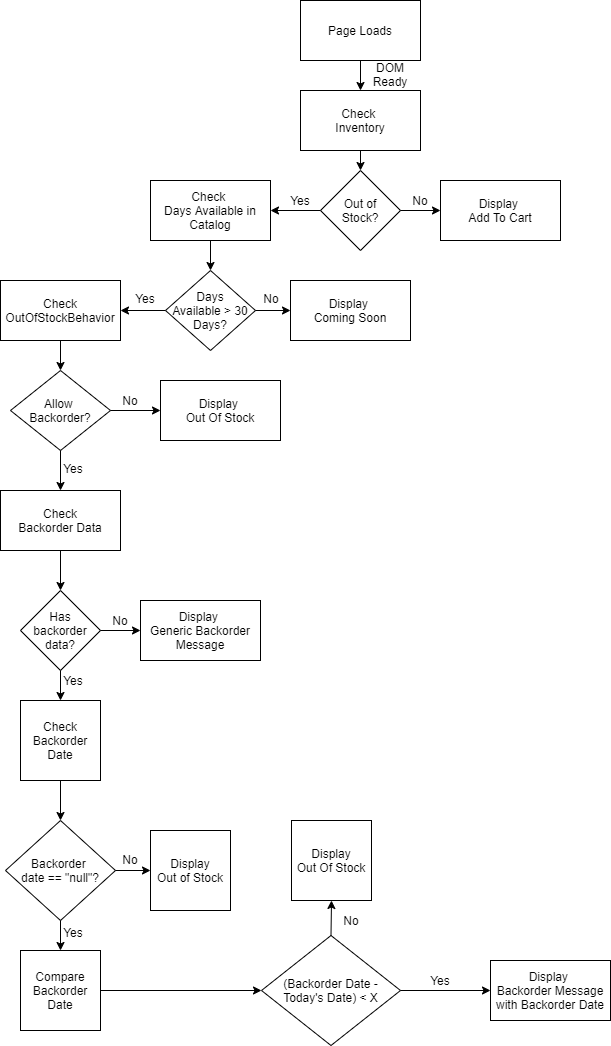
The draw.io diagram Backorder-flow-Farbank.png in jogit82/google-oauth-gin, before a commit. Source tidied: cells renumbered, new cells last; positions are measured from the earlier drawing's top-left corner, leaving out a move shared by most shapes. The source it was exported from:
```xml
<mxGraphModel>
  <root>
    <mxCell id="0" />
    <mxCell id="1" parent="0" />
    <mxCell id="2" value="Check &lt;br&gt;Inventory" style="rounded=0;whiteSpace=wrap;html=1;" parent="1" vertex="1">
      <mxGeometry x="300" y="90" width="120" height="60" as="geometry" />
    </mxCell>
    <mxCell id="3" value="Out of&lt;br&gt;Stock?" style="rhombus;whiteSpace=wrap;html=1;" parent="1" vertex="1">
      <mxGeometry x="320" y="170" width="80" height="80" as="geometry" />
    </mxCell>
    <mxCell id="4" value="Page Loads" style="rounded=0;whiteSpace=wrap;html=1;" parent="1" vertex="1">
      <mxGeometry x="300" width="120" height="60" as="geometry" />
    </mxCell>
    <mxCell id="5" value="Check &lt;br&gt;Days Available in Catalog" style="rounded=0;whiteSpace=wrap;html=1;" parent="1" vertex="1">
      <mxGeometry x="150" y="180" width="120" height="60" as="geometry" />
    </mxCell>
    <mxCell id="6" value="Display &lt;br&gt;Add To Cart" style="rounded=0;whiteSpace=wrap;html=1;" parent="1" vertex="1">
      <mxGeometry x="440" y="180" width="120" height="60" as="geometry" />
    </mxCell>
    <mxCell id="7" value="Days&lt;br&gt;Available &amp;gt; 30 Days?" style="rhombus;whiteSpace=wrap;html=1;" parent="1" vertex="1">
      <mxGeometry x="165" y="270" width="90" height="80" as="geometry" />
    </mxCell>
    <mxCell id="8" value="Check OutOfStockBehavior" style="rounded=0;whiteSpace=wrap;html=1;" parent="1" vertex="1">
      <mxGeometry y="280" width="120" height="60" as="geometry" />
    </mxCell>
    <mxCell id="9" value="Display &lt;br&gt;Coming Soon" style="rounded=0;whiteSpace=wrap;html=1;" parent="1" vertex="1">
      <mxGeometry x="290" y="280" width="120" height="60" as="geometry" />
    </mxCell>
    <mxCell id="10" value="Allow &lt;br&gt;Backorder?" style="rhombus;whiteSpace=wrap;html=1;" parent="1" vertex="1">
      <mxGeometry x="10" y="370" width="100" height="80" as="geometry" />
    </mxCell>
    <mxCell id="11" value="Display &lt;br&gt;Out Of Stock" style="rounded=0;whiteSpace=wrap;html=1;" parent="1" vertex="1">
      <mxGeometry x="160" y="380" width="120" height="60" as="geometry" />
    </mxCell>
    <mxCell id="12" value="Check&lt;br&gt;Backorder Data" style="rounded=0;whiteSpace=wrap;html=1;" parent="1" vertex="1">
      <mxGeometry y="490" width="120" height="60" as="geometry" />
    </mxCell>
    <mxCell id="13" value="Has backorder data?" style="rhombus;whiteSpace=wrap;html=1;" parent="1" vertex="1">
      <mxGeometry x="20" y="590" width="80" height="80" as="geometry" />
    </mxCell>
    <mxCell id="14" value="Check&lt;br&gt;Backorder&lt;br&gt;Date" style="whiteSpace=wrap;html=1;" parent="1" vertex="1">
      <mxGeometry x="20" y="700" width="80" height="80" as="geometry" />
    </mxCell>
    <mxCell id="15" value="Backorder &lt;br&gt;date == &quot;null&quot;?" style="rhombus;whiteSpace=wrap;html=1;" parent="1" vertex="1">
      <mxGeometry x="5" y="820" width="110" height="100" as="geometry" />
    </mxCell>
    <mxCell id="16" value="Display&lt;br&gt;Out of Stock" style="whiteSpace=wrap;html=1;" parent="1" vertex="1">
      <mxGeometry x="150" y="830" width="80" height="80" as="geometry" />
    </mxCell>
    <mxCell id="17" value="Compare&lt;br&gt;Backorder Date" style="whiteSpace=wrap;html=1;" parent="1" vertex="1">
      <mxGeometry x="20" y="950" width="80" height="80" as="geometry" />
    </mxCell>
    <mxCell id="18" style="endArrow=classic;html=1;" parent="1" edge="1" source="4">
      <mxGeometry relative="1" as="geometry">
        <mxPoint x="360" y="90" as="targetPoint" />
      </mxGeometry>
    </mxCell>
    <mxCell id="19" style="endArrow=classic;html=1;exitX=0.5;exitY=1;exitDx=0;exitDy=0;entryX=0.5;entryY=0;entryDx=0;entryDy=0;" parent="1" edge="1" source="2" target="3">
      <mxGeometry relative="1" as="geometry" />
    </mxCell>
    <mxCell id="20" style="endArrow=classic;html=1;exitX=0;exitY=0.5;exitDx=0;exitDy=0;entryX=1;entryY=0.5;entryDx=0;entryDy=0;" parent="1" edge="1" source="3" target="5">
      <mxGeometry relative="1" as="geometry" />
    </mxCell>
    <mxCell id="21" style="endArrow=classic;html=1;exitX=1;exitY=0.5;exitDx=0;exitDy=0;entryX=0;entryY=0.5;entryDx=0;entryDy=0;" parent="1" edge="1" source="3" target="6">
      <mxGeometry relative="1" as="geometry" />
    </mxCell>
    <mxCell id="22" style="endArrow=classic;html=1;exitX=0.5;exitY=1;exitDx=0;exitDy=0;entryX=0.5;entryY=0;entryDx=0;entryDy=0;" parent="1" edge="1" source="5" target="7">
      <mxGeometry relative="1" as="geometry" />
    </mxCell>
    <mxCell id="23" style="endArrow=classic;html=1;exitX=1;exitY=0.5;exitDx=0;exitDy=0;entryX=0;entryY=0.5;entryDx=0;entryDy=0;" parent="1" edge="1" source="7" target="9">
      <mxGeometry relative="1" as="geometry" />
    </mxCell>
    <mxCell id="24" style="endArrow=classic;html=1;exitX=0;exitY=0.5;exitDx=0;exitDy=0;entryX=1;entryY=0.5;entryDx=0;entryDy=0;" parent="1" edge="1" source="7" target="8">
      <mxGeometry relative="1" as="geometry" />
    </mxCell>
    <mxCell id="25" style="endArrow=classic;html=1;exitX=0.5;exitY=1;exitDx=0;exitDy=0;entryX=0.5;entryY=0;entryDx=0;entryDy=0;" parent="1" edge="1" source="8" target="10">
      <mxGeometry relative="1" as="geometry" />
    </mxCell>
    <mxCell id="26" style="endArrow=classic;html=1;exitX=0.5;exitY=1;exitDx=0;exitDy=0;entryX=0.5;entryY=0;entryDx=0;entryDy=0;" parent="1" edge="1" source="10" target="12">
      <mxGeometry relative="1" as="geometry" />
    </mxCell>
    <mxCell id="27" style="endArrow=classic;html=1;exitX=1;exitY=0.5;exitDx=0;exitDy=0;entryX=0;entryY=0.5;entryDx=0;entryDy=0;" parent="1" edge="1" source="10" target="11">
      <mxGeometry relative="1" as="geometry" />
    </mxCell>
    <mxCell id="28" style="endArrow=classic;html=1;exitX=0.5;exitY=1;exitDx=0;exitDy=0;entryX=0.5;entryY=0;entryDx=0;entryDy=0;" parent="1" edge="1" source="12" target="13">
      <mxGeometry relative="1" as="geometry" />
    </mxCell>
    <mxCell id="29" style="endArrow=classic;html=1;exitX=0.5;exitY=1;exitDx=0;exitDy=0;entryX=0.5;entryY=0;entryDx=0;entryDy=0;" parent="1" edge="1" source="13" target="14">
      <mxGeometry relative="1" as="geometry" />
    </mxCell>
    <mxCell id="30" style="endArrow=classic;html=1;exitX=0.5;exitY=1;exitDx=0;exitDy=0;entryX=0.5;entryY=0;entryDx=0;entryDy=0;" parent="1" edge="1" source="14" target="15">
      <mxGeometry relative="1" as="geometry" />
    </mxCell>
    <mxCell id="31" style="endArrow=classic;html=1;exitX=0.5;exitY=1;exitDx=0;exitDy=0;entryX=0.5;entryY=0;entryDx=0;entryDy=0;" parent="1" edge="1" source="15" target="17">
      <mxGeometry relative="1" as="geometry" />
    </mxCell>
    <mxCell id="32" style="endArrow=classic;html=1;exitX=1;exitY=0.5;exitDx=0;exitDy=0;entryX=0;entryY=0.5;entryDx=0;entryDy=0;" parent="1" edge="1" source="15" target="16">
      <mxGeometry relative="1" as="geometry" />
    </mxCell>
    <mxCell id="33" value="DOM Ready" style="text;html=1;strokeColor=none;fillColor=none;align=center;verticalAlign=middle;whiteSpace=wrap;rounded=0;" parent="1" vertex="1">
      <mxGeometry x="370" y="64" width="40" height="20" as="geometry" />
    </mxCell>
    <mxCell id="34" value="No" style="text;html=1;strokeColor=none;fillColor=none;align=center;verticalAlign=middle;whiteSpace=wrap;rounded=0;" parent="1" vertex="1">
      <mxGeometry x="400" y="190" width="40" height="20" as="geometry" />
    </mxCell>
    <mxCell id="35" value="No" style="text;html=1;strokeColor=none;fillColor=none;align=center;verticalAlign=middle;whiteSpace=wrap;rounded=0;" parent="1" vertex="1">
      <mxGeometry x="251" y="288" width="40" height="20" as="geometry" />
    </mxCell>
    <mxCell id="36" value="No" style="text;html=1;strokeColor=none;fillColor=none;align=center;verticalAlign=middle;whiteSpace=wrap;rounded=0;" parent="1" vertex="1">
      <mxGeometry x="110" y="390" width="40" height="20" as="geometry" />
    </mxCell>
    <mxCell id="37" value="No" style="text;html=1;strokeColor=none;fillColor=none;align=center;verticalAlign=middle;whiteSpace=wrap;rounded=0;" parent="1" vertex="1">
      <mxGeometry x="100" y="610" width="40" height="20" as="geometry" />
    </mxCell>
    <mxCell id="38" style="endArrow=classic;html=1;exitX=0;exitY=1;exitDx=0;exitDy=0;entryX=1;entryY=1;entryDx=0;entryDy=0;" parent="1" edge="1" source="37" target="37">
      <mxGeometry relative="1" as="geometry" />
    </mxCell>
    <mxCell id="39" value="Display &lt;br&gt;Generic&amp;nbsp;Backorder Message" style="rounded=0;whiteSpace=wrap;html=1;" parent="1" vertex="1">
      <mxGeometry x="140" y="600" width="120" height="60" as="geometry" />
    </mxCell>
    <mxCell id="40" value="No" style="text;html=1;strokeColor=none;fillColor=none;align=center;verticalAlign=middle;whiteSpace=wrap;rounded=0;" parent="1" vertex="1">
      <mxGeometry x="110" y="849" width="40" height="20" as="geometry" />
    </mxCell>
    <mxCell id="41" value="(Backorder Date - Today's Date) &amp;lt; X" style="rhombus;whiteSpace=wrap;html=1;" parent="1" vertex="1">
      <mxGeometry x="261" y="935" width="139" height="110" as="geometry" />
    </mxCell>
    <mxCell id="42" value="Display&lt;br&gt;Out Of Stock" style="whiteSpace=wrap;html=1;" parent="1" vertex="1">
      <mxGeometry x="291" y="820" width="80" height="80" as="geometry" />
    </mxCell>
    <mxCell id="43" value="Display&amp;nbsp;&lt;br&gt;Backorder Message with Backorder Date" style="rounded=0;whiteSpace=wrap;html=1;" parent="1" vertex="1">
      <mxGeometry x="490" y="960" width="120" height="60" as="geometry" />
    </mxCell>
    <mxCell id="44" style="endArrow=classic;html=1;exitX=1;exitY=0.5;exitDx=0;exitDy=0;entryX=0;entryY=0.5;entryDx=0;entryDy=0;" parent="1" edge="1" source="17" target="41">
      <mxGeometry relative="1" as="geometry" />
    </mxCell>
    <mxCell id="45" style="endArrow=classic;html=1;entryX=0;entryY=0.5;entryDx=0;entryDy=0;" parent="1" edge="1" source="41" target="43">
      <mxGeometry relative="1" as="geometry" />
    </mxCell>
    <mxCell id="46" style="endArrow=classic;html=1;exitX=0.5;exitY=0;exitDx=0;exitDy=0;entryX=0.5;entryY=1;entryDx=0;entryDy=0;" parent="1" edge="1" source="41" target="42">
      <mxGeometry relative="1" as="geometry" />
    </mxCell>
    <mxCell id="47" value="No" style="text;html=1;strokeColor=none;fillColor=none;align=center;verticalAlign=middle;whiteSpace=wrap;rounded=0;" parent="1" vertex="1">
      <mxGeometry x="331" y="910" width="40" height="20" as="geometry" />
    </mxCell>
    <mxCell id="48" value="Yes" style="text;html=1;strokeColor=none;fillColor=none;align=center;verticalAlign=middle;whiteSpace=wrap;rounded=0;" parent="1" vertex="1">
      <mxGeometry x="420" y="970" width="40" height="20" as="geometry" />
    </mxCell>
    <mxCell id="49" value="Yes" style="text;html=1;strokeColor=none;fillColor=none;align=center;verticalAlign=middle;whiteSpace=wrap;rounded=0;" parent="1" vertex="1">
      <mxGeometry x="53" y="922" width="40" height="20" as="geometry" />
    </mxCell>
    <mxCell id="50" value="Yes" style="text;html=1;strokeColor=none;fillColor=none;align=center;verticalAlign=middle;whiteSpace=wrap;rounded=0;" parent="1" vertex="1">
      <mxGeometry x="53" y="670" width="40" height="20" as="geometry" />
    </mxCell>
    <mxCell id="51" value="Yes" style="text;html=1;strokeColor=none;fillColor=none;align=center;verticalAlign=middle;whiteSpace=wrap;rounded=0;" parent="1" vertex="1">
      <mxGeometry x="53" y="458" width="40" height="20" as="geometry" />
    </mxCell>
    <mxCell id="52" value="Yes" style="text;html=1;strokeColor=none;fillColor=none;align=center;verticalAlign=middle;whiteSpace=wrap;rounded=0;" parent="1" vertex="1">
      <mxGeometry x="125" y="288" width="40" height="20" as="geometry" />
    </mxCell>
    <mxCell id="53" value="Yes" style="text;html=1;strokeColor=none;fillColor=none;align=center;verticalAlign=middle;whiteSpace=wrap;rounded=0;" parent="1" vertex="1">
      <mxGeometry x="280" y="190" width="40" height="20" as="geometry" />
    </mxCell>
  </root>
</mxGraphModel>
```
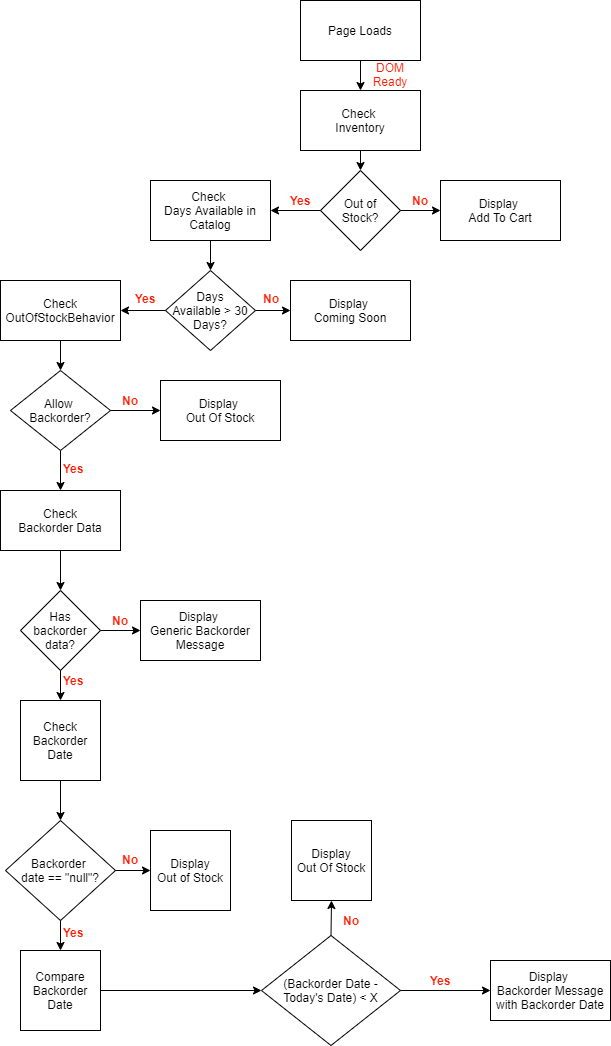
Later version of the same file.

Change to the diagram source:
```diff
@@ -97,19 +97,19 @@
     <mxCell id="32" style="endArrow=classic;html=1;exitX=1;exitY=0.5;exitDx=0;exitDy=0;entryX=0;entryY=0.5;entryDx=0;entryDy=0;" parent="1" edge="1" source="15" target="16">
       <mxGeometry relative="1" as="geometry" />
     </mxCell>
-    <mxCell id="33" value="DOM Ready" style="text;html=1;strokeColor=none;fillColor=none;align=center;verticalAlign=middle;whiteSpace=wrap;rounded=0;" parent="1" vertex="1">
+    <mxCell id="33" value="DOM Ready" style="text;html=1;strokeColor=none;fillColor=none;align=center;verticalAlign=middle;whiteSpace=wrap;rounded=0;fontColor=#FF1E05;" parent="1" vertex="1">
       <mxGeometry x="370" y="64" width="40" height="20" as="geometry" />
     </mxCell>
-    <mxCell id="34" value="No" style="text;html=1;strokeColor=none;fillColor=none;align=center;verticalAlign=middle;whiteSpace=wrap;rounded=0;" parent="1" vertex="1">
+    <mxCell id="34" value="No" style="text;html=1;strokeColor=none;fillColor=none;align=center;verticalAlign=middle;whiteSpace=wrap;rounded=0;fontColor=#FF1E05;fontStyle=1;" parent="1" vertex="1">
       <mxGeometry x="400" y="190" width="40" height="20" as="geometry" />
     </mxCell>
-    <mxCell id="35" value="No" style="text;html=1;strokeColor=none;fillColor=none;align=center;verticalAlign=middle;whiteSpace=wrap;rounded=0;" parent="1" vertex="1">
+    <mxCell id="35" value="No" style="text;html=1;strokeColor=none;fillColor=none;align=center;verticalAlign=middle;whiteSpace=wrap;rounded=0;fontColor=#FF1E05;fontStyle=1;" parent="1" vertex="1">
       <mxGeometry x="251" y="288" width="40" height="20" as="geometry" />
     </mxCell>
-    <mxCell id="36" value="No" style="text;html=1;strokeColor=none;fillColor=none;align=center;verticalAlign=middle;whiteSpace=wrap;rounded=0;" parent="1" vertex="1">
+    <mxCell id="36" value="No" style="text;html=1;strokeColor=none;fillColor=none;align=center;verticalAlign=middle;whiteSpace=wrap;rounded=0;fontColor=#FF1E05;fontStyle=1;" parent="1" vertex="1">
       <mxGeometry x="110" y="390" width="40" height="20" as="geometry" />
     </mxCell>
-    <mxCell id="37" value="No" style="text;html=1;strokeColor=none;fillColor=none;align=center;verticalAlign=middle;whiteSpace=wrap;rounded=0;" parent="1" vertex="1">
+    <mxCell id="37" value="No" style="text;html=1;strokeColor=none;fillColor=none;align=center;verticalAlign=middle;whiteSpace=wrap;rounded=0;fontColor=#FF1E05;fontStyle=1;" parent="1" vertex="1">
       <mxGeometry x="100" y="610" width="40" height="20" as="geometry" />
     </mxCell>
     <mxCell id="38" style="endArrow=classic;html=1;exitX=0;exitY=1;exitDx=0;exitDy=0;entryX=1;entryY=1;entryDx=0;entryDy=0;" parent="1" edge="1" source="37" target="37">
@@ -118,7 +118,7 @@
     <mxCell id="39" value="Display &lt;br&gt;Generic&amp;nbsp;Backorder Message" style="rounded=0;whiteSpace=wrap;html=1;" parent="1" vertex="1">
       <mxGeometry x="140" y="600" width="120" height="60" as="geometry" />
     </mxCell>
-    <mxCell id="40" value="No" style="text;html=1;strokeColor=none;fillColor=none;align=center;verticalAlign=middle;whiteSpace=wrap;rounded=0;" parent="1" vertex="1">
+    <mxCell id="40" value="No" style="text;html=1;strokeColor=none;fillColor=none;align=center;verticalAlign=middle;whiteSpace=wrap;rounded=0;fontColor=#FF1E05;fontStyle=1;" parent="1" vertex="1">
       <mxGeometry x="110" y="849" width="40" height="20" as="geometry" />
     </mxCell>
     <mxCell id="41" value="(Backorder Date - Today's Date) &amp;lt; X" style="rhombus;whiteSpace=wrap;html=1;" parent="1" vertex="1">
@@ -139,25 +139,25 @@
     <mxCell id="46" style="endArrow=classic;html=1;exitX=0.5;exitY=0;exitDx=0;exitDy=0;entryX=0.5;entryY=1;entryDx=0;entryDy=0;" parent="1" edge="1" source="41" target="42">
       <mxGeometry relative="1" as="geometry" />
     </mxCell>
-    <mxCell id="47" value="No" style="text;html=1;strokeColor=none;fillColor=none;align=center;verticalAlign=middle;whiteSpace=wrap;rounded=0;" parent="1" vertex="1">
+    <mxCell id="47" value="No" style="text;html=1;strokeColor=none;fillColor=none;align=center;verticalAlign=middle;whiteSpace=wrap;rounded=0;fontColor=#FF1E05;fontStyle=1;" parent="1" vertex="1">
       <mxGeometry x="331" y="910" width="40" height="20" as="geometry" />
     </mxCell>
-    <mxCell id="48" value="Yes" style="text;html=1;strokeColor=none;fillColor=none;align=center;verticalAlign=middle;whiteSpace=wrap;rounded=0;" parent="1" vertex="1">
+    <mxCell id="48" value="Yes" style="text;html=1;strokeColor=none;fillColor=none;align=center;verticalAlign=middle;whiteSpace=wrap;rounded=0;fontColor=#FF1E05;fontStyle=1;" parent="1" vertex="1">
       <mxGeometry x="420" y="970" width="40" height="20" as="geometry" />
     </mxCell>
-    <mxCell id="49" value="Yes" style="text;html=1;strokeColor=none;fillColor=none;align=center;verticalAlign=middle;whiteSpace=wrap;rounded=0;" parent="1" vertex="1">
+    <mxCell id="49" value="Yes" style="text;html=1;strokeColor=none;fillColor=none;align=center;verticalAlign=middle;whiteSpace=wrap;rounded=0;fontColor=#FF1E05;fontStyle=1;" parent="1" vertex="1">
       <mxGeometry x="53" y="922" width="40" height="20" as="geometry" />
     </mxCell>
-    <mxCell id="50" value="Yes" style="text;html=1;strokeColor=none;fillColor=none;align=center;verticalAlign=middle;whiteSpace=wrap;rounded=0;" parent="1" vertex="1">
+    <mxCell id="50" value="Yes" style="text;html=1;strokeColor=none;fillColor=none;align=center;verticalAlign=middle;whiteSpace=wrap;rounded=0;fontColor=#FF1E05;fontStyle=1;" parent="1" vertex="1">
       <mxGeometry x="53" y="670" width="40" height="20" as="geometry" />
     </mxCell>
-    <mxCell id="51" value="Yes" style="text;html=1;strokeColor=none;fillColor=none;align=center;verticalAlign=middle;whiteSpace=wrap;rounded=0;" parent="1" vertex="1">
+    <mxCell id="51" value="Yes" style="text;html=1;strokeColor=none;fillColor=none;align=center;verticalAlign=middle;whiteSpace=wrap;rounded=0;fontColor=#FF1E05;fontStyle=1;" parent="1" vertex="1">
       <mxGeometry x="53" y="458" width="40" height="20" as="geometry" />
     </mxCell>
-    <mxCell id="52" value="Yes" style="text;html=1;strokeColor=none;fillColor=none;align=center;verticalAlign=middle;whiteSpace=wrap;rounded=0;" parent="1" vertex="1">
+    <mxCell id="52" value="Yes" style="text;html=1;strokeColor=none;fillColor=none;align=center;verticalAlign=middle;whiteSpace=wrap;rounded=0;fontColor=#FF1E05;fontStyle=1;" parent="1" vertex="1">
       <mxGeometry x="125" y="288" width="40" height="20" as="geometry" />
     </mxCell>
-    <mxCell id="53" value="Yes" style="text;html=1;strokeColor=none;fillColor=none;align=center;verticalAlign=middle;whiteSpace=wrap;rounded=0;" parent="1" vertex="1">
+    <mxCell id="53" value="Yes" style="text;html=1;strokeColor=none;fillColor=none;align=center;verticalAlign=middle;whiteSpace=wrap;rounded=0;fontColor=#FF1E05;fontStyle=1;" parent="1" vertex="1">
       <mxGeometry x="280" y="190" width="40" height="20" as="geometry" />
     </mxCell>
   </root>
```
